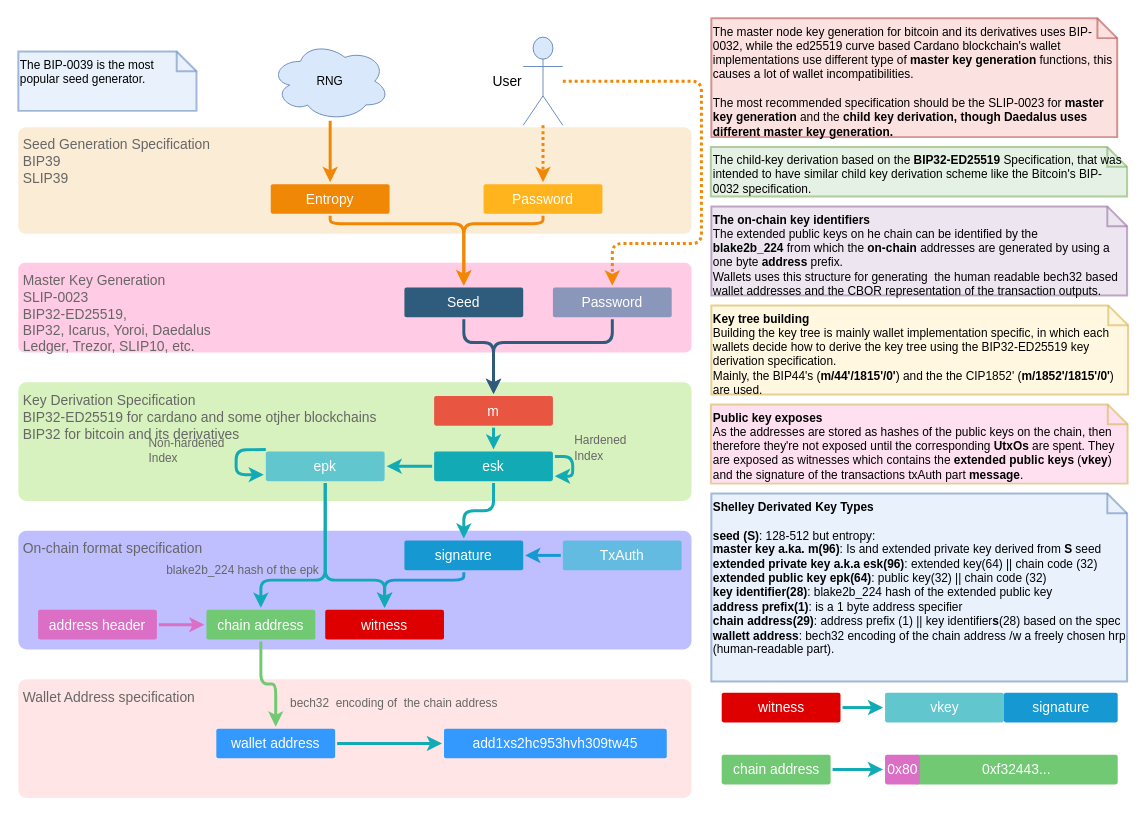
This is diagrams/Wallet_Specification.drawio from ilap/ShelleyStuffs, a draw.io file, before an edit. Source tidied: cells renumbered, new cells numbered last; positions are measured from the earlier drawing's top-left corner, leaving out a move shared by most shapes. Both pictures are drawn from the tidied source at 99%, with x=0, y=0 at pixel (18, 18).
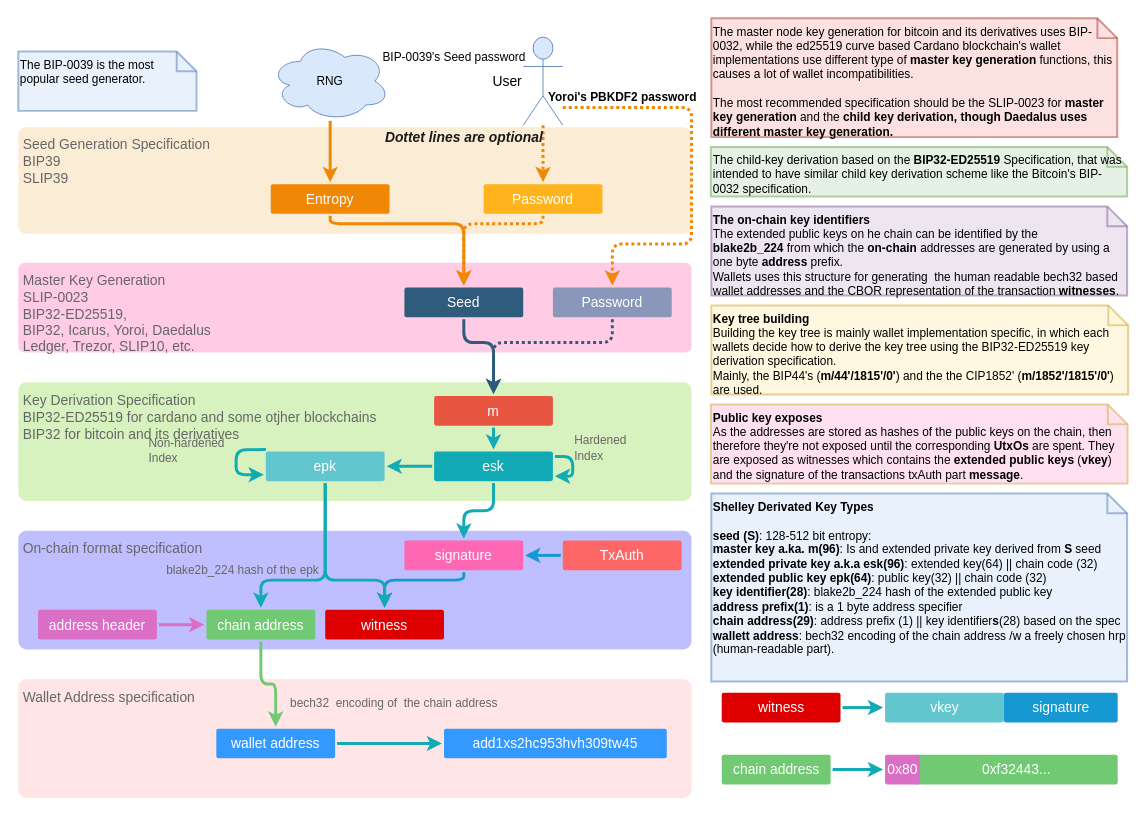
The same diagram, later.

The change refers to these unchanged cells:
```xml
<mxCell id="10" value="Seed" style="rounded=1;whiteSpace=wrap;html=1;shadow=0;labelBackgroundColor=none;strokeColor=none;strokeWidth=3;fillColor=#2F5B7C;fontFamily=Helvetica;fontSize=14;fontColor=#FFFFFF;align=center;fontStyle=0;spacing=5;arcSize=7;perimeterSpacing=2;" parent="1" vertex="1">
  <mxGeometry x="390" y="272" width="120" height="30" as="geometry" />
</mxCell>
<mxCell id="11" value="m" style="rounded=1;whiteSpace=wrap;html=1;shadow=0;labelBackgroundColor=none;strokeColor=none;strokeWidth=3;fillColor=#e85642;fontFamily=Helvetica;fontSize=14;fontColor=#FFFFFF;align=center;spacing=5;fontStyle=0;arcSize=7;perimeterSpacing=2;" parent="1" vertex="1">
  <mxGeometry x="420" y="381.5" width="120" height="30" as="geometry" />
</mxCell>
<mxCell id="18" value="User" style="shape=umlActor;verticalLabelPosition=middle;verticalAlign=middle;html=1;outlineConnect=0;fillColor=#dae8fc;strokeColor=#6c8ebf;labelPosition=left;align=right;fontStyle=0;fontSize=14;" parent="1" vertex="1">
  <mxGeometry x="510" y="19" width="40" height="89" as="geometry" />
</mxCell>
<mxCell id="20" value="Password" style="rounded=1;whiteSpace=wrap;html=1;shadow=0;labelBackgroundColor=none;strokeColor=none;strokeWidth=3;fontFamily=Helvetica;fontSize=14;fontColor=#FFFFFF;align=center;spacing=5;fontStyle=0;arcSize=7;perimeterSpacing=2;fillColor=#FFB31C;" parent="1" vertex="1">
  <mxGeometry x="470" y="167.5" width="120" height="30" as="geometry" />
</mxCell>
<mxCell id="23" value="Password" style="rounded=1;whiteSpace=wrap;html=1;shadow=0;labelBackgroundColor=none;strokeColor=none;strokeWidth=3;fontFamily=Helvetica;fontSize=14;fontColor=#FFFFFF;align=center;fontStyle=0;spacing=5;arcSize=7;perimeterSpacing=2;fillColor=#3D76A1;opacity=60;" parent="1" vertex="1">
  <mxGeometry x="540" y="272" width="120" height="30" as="geometry" />
</mxCell>
```

Change to the diagram source:
```diff
@@
     <mxCell id="7" style="edgeStyle=orthogonalEdgeStyle;rounded=1;jumpStyle=none;html=1;shadow=0;labelBackgroundColor=none;startArrow=none;startFill=0;endArrow=classic;endFill=1;jettySize=auto;strokeColor=#F08705;strokeWidth=3;fontFamily=Helvetica;fontSize=14;fontColor=#FFFFFF;spacing=5;dashed=1;dashPattern=1 1;" parent="1" edge="1" source="18" target="23">
       <mxGeometry relative="1" as="geometry">
         <Array as="points">
-          <mxPoint x="690" y="63.5" />
-          <mxPoint x="690" y="227.5" />
-          <mxPoint x="600" y="227.5" />
+          <mxPoint x="680" y="90" />
+          <mxPoint x="680" y="228" />
+          <mxPoint x="600" y="228" />
         </Array>
       </mxGeometry>
     </mxCell>
@@
-    <mxCell id="12" value="signature" style="rounded=1;whiteSpace=wrap;html=1;shadow=0;labelBackgroundColor=none;strokeColor=none;strokeWidth=3;fillColor=#1699d3;fontFamily=Helvetica;fontSize=14;fontColor=#FFFFFF;align=center;spacing=5;fontStyle=0;arcSize=7;perimeterSpacing=2;" parent="1" vertex="1">
+    <mxCell id="12" value="signature" style="rounded=1;whiteSpace=wrap;html=1;shadow=0;labelBackgroundColor=none;strokeColor=none;strokeWidth=3;fontFamily=Helvetica;fontSize=14;fontColor=#FFFFFF;align=center;spacing=5;fontStyle=0;arcSize=7;perimeterSpacing=2;fillColor=#FF66B3;" parent="1" vertex="1">
       <mxGeometry x="390" y="527.5" width="120" height="30" as="geometry" />
     </mxCell>
-    <mxCell id="13" value="TxAuth" style="rounded=1;whiteSpace=wrap;html=1;shadow=0;labelBackgroundColor=none;strokeColor=none;strokeWidth=3;fillColor=#64bbe2;fontFamily=Helvetica;fontSize=14;fontColor=#FFFFFF;align=center;spacing=5;arcSize=7;perimeterSpacing=2;fontStyle=0;" parent="1" vertex="1">
+    <mxCell id="13" value="TxAuth" style="rounded=1;whiteSpace=wrap;html=1;shadow=0;labelBackgroundColor=none;strokeColor=none;strokeWidth=3;fontFamily=Helvetica;fontSize=14;fontColor=#FFFFFF;align=center;spacing=5;arcSize=7;perimeterSpacing=2;fontStyle=0;fillColor=#FF6666;" parent="1" vertex="1">
       <mxGeometry x="550" y="527.5" width="120" height="30" as="geometry" />
     </mxCell>
@@
-    <mxCell id="19" style="edgeStyle=none;rounded=0;jumpStyle=none;html=1;shadow=0;labelBackgroundColor=none;startArrow=none;startFill=0;endArrow=classic;endFill=1;jettySize=auto;strokeColor=#F08705;strokeWidth=3;fontFamily=Helvetica;fontSize=14;fontColor=#FFFFFF;spacing=5;dashed=1;dashPattern=1 1;" parent="1" edge="1" source="18" target="20">
-      <mxGeometry relative="1" as="geometry" />
+    <mxCell id="19" value="Dottet lines are optional" style="edgeStyle=none;rounded=0;jumpStyle=none;html=1;shadow=0;labelBackgroundColor=none;startArrow=none;startFill=0;endArrow=classic;endFill=1;jettySize=auto;strokeColor=#F08705;strokeWidth=3;fontFamily=Helvetica;fontSize=14;spacing=5;dashed=1;dashPattern=1 1;fontColor=#1A1A1A;fontStyle=3;" parent="1" edge="1" source="18" target="20">
+      <mxGeometry x="-0.58" y="-80" relative="1" as="geometry" />
     </mxCell>
@@
-    <mxCell id="22" style="edgeStyle=orthogonalEdgeStyle;rounded=1;jumpStyle=none;html=1;shadow=0;labelBackgroundColor=none;startArrow=none;startFill=0;endArrow=classic;endFill=1;jettySize=auto;strokeWidth=3;fontFamily=Helvetica;fontSize=16;fontColor=#23445D;spacing=5;entryX=0.5;entryY=0;entryDx=0;entryDy=0;strokeColor=#F08705;" parent="1" edge="1" source="20" target="10">
+    <mxCell id="22" style="edgeStyle=orthogonalEdgeStyle;rounded=1;jumpStyle=none;html=1;shadow=0;labelBackgroundColor=none;startArrow=none;startFill=0;endArrow=classic;endFill=1;jettySize=auto;strokeWidth=3;fontFamily=Helvetica;fontSize=16;fontColor=#23445D;spacing=5;entryX=0.5;entryY=0;entryDx=0;entryDy=0;strokeColor=#F08705;dashed=1;dashPattern=1 1;" parent="1" edge="1" source="20" target="10">
       <mxGeometry relative="1" as="geometry">
         <Array as="points">
           <mxPoint x="530" y="207.5" />
           <mxPoint x="450" y="207.5" />
         </Array>
       </mxGeometry>
     </mxCell>
@@
-    <mxCell id="25" style="edgeStyle=orthogonalEdgeStyle;rounded=1;jumpStyle=none;html=1;shadow=0;labelBackgroundColor=none;startArrow=none;startFill=0;endArrow=classic;endFill=1;jettySize=auto;strokeColor=#2F5B7C;strokeWidth=3;fontFamily=Helvetica;fontSize=16;fontColor=#23445D;spacing=5;exitX=0.5;exitY=1;exitDx=0;exitDy=0;entryX=0.5;entryY=0;entryDx=0;entryDy=0;" parent="1" edge="1" source="23" target="11">
+    <mxCell id="25" style="edgeStyle=orthogonalEdgeStyle;rounded=1;jumpStyle=none;html=1;shadow=0;labelBackgroundColor=none;startArrow=none;startFill=0;endArrow=classic;endFill=1;jettySize=auto;strokeColor=#2F5B7C;strokeWidth=3;fontFamily=Helvetica;fontSize=16;fontColor=#23445D;spacing=5;exitX=0.5;exitY=1;exitDx=0;exitDy=0;entryX=0.5;entryY=0;entryDx=0;entryDy=0;dashed=1;dashPattern=1 1;" parent="1" edge="1" source="23" target="11">
       <mxGeometry relative="1" as="geometry">
         <Array as="points">
           <mxPoint x="600" y="327.5" />
           <mxPoint x="480" y="327.5" />
         </Array>
       </mxGeometry>
     </mxCell>
@@
-    <mxCell id="55" value="&lt;b style=&quot;font-size: 12px&quot;&gt;The on-chain key identifiers&lt;br style=&quot;font-size: 12px&quot;&gt;&lt;/b&gt;The extended public keys on he chain can be identified by the &lt;b style=&quot;font-size: 12px&quot;&gt;blake2b_224&lt;/b&gt;&amp;nbsp;from which the &lt;b style=&quot;font-size: 12px&quot;&gt;on-chain&amp;nbsp;&lt;/b&gt;addresses are generated by using a one byte &lt;b style=&quot;font-size: 12px&quot;&gt;address&amp;nbsp;&lt;/b&gt;prefix.&lt;br style=&quot;font-size: 12px&quot;&gt;Wallets uses this structure for generating&amp;nbsp; the human readable bech32 based wallet addresses and the CBOR representation of the transaction outputs." style="shape=note;strokeWidth=2;fontSize=12;size=20;whiteSpace=wrap;html=1;fillColor=#e1d5e7;strokeColor=#9673a6;labelBackgroundColor=none;opacity=60;align=left;verticalAlign=top;" parent="1" vertex="1">
+    <mxCell id="55" value="&lt;b style=&quot;font-size: 12px&quot;&gt;The on-chain key identifiers&lt;br style=&quot;font-size: 12px&quot;&gt;&lt;/b&gt;The extended public keys on he chain can be identified by the &lt;b style=&quot;font-size: 12px&quot;&gt;blake2b_224&lt;/b&gt;&amp;nbsp;from which the &lt;b style=&quot;font-size: 12px&quot;&gt;on-chain&amp;nbsp;&lt;/b&gt;addresses are generated by using a one byte &lt;b style=&quot;font-size: 12px&quot;&gt;address&amp;nbsp;&lt;/b&gt;prefix.&lt;br style=&quot;font-size: 12px&quot;&gt;Wallets uses this structure for generating&amp;nbsp; the human readable bech32 based wallet addresses and the CBOR representation of the transaction &lt;b&gt;witnesses&lt;/b&gt;." style="shape=note;strokeWidth=2;fontSize=12;size=20;whiteSpace=wrap;html=1;fillColor=#e1d5e7;strokeColor=#9673a6;labelBackgroundColor=none;opacity=60;align=left;verticalAlign=top;" parent="1" vertex="1">
       <mxGeometry x="700" y="190" width="420" height="90" as="geometry" />
     </mxCell>
@@
-    <mxCell id="58" value="&lt;b&gt;Shelley Derivated Key Types&lt;/b&gt;&lt;br&gt;&lt;br&gt;&lt;b&gt;seed (S)&lt;/b&gt;: 128-512 but entropy:&lt;br&gt;&lt;b&gt;master key a.ka. m(96)&lt;/b&gt;: Is and extended private key derived from &lt;b&gt;S &lt;/b&gt;seed&lt;br&gt;&lt;b&gt;extended private key a.k.a esk(96)&lt;/b&gt;: extended key(64) || chain code (32)&lt;br&gt;&lt;b&gt;extended public key epk(64)&lt;/b&gt;: public key(32) || chain code (32)&lt;br&gt;&lt;b&gt;key identifier(28)&lt;/b&gt;: blake2b_224 hash of the extended public key&lt;br&gt;&lt;b&gt;address prefix(1)&lt;/b&gt;: is a 1 byte address specifier&lt;br&gt;&lt;b&gt;chain address(29)&lt;/b&gt;: address prefix (1) || key identifier&lt;b&gt;s&lt;/b&gt;(28) based on the spec&lt;br&gt;&lt;b&gt;wallett address&lt;/b&gt;: bech32 encoding of the chain address /w a freely chosen hrp (human-readable part)." style="shape=note;strokeWidth=2;fontSize=12;size=20;whiteSpace=wrap;html=1;fillColor=#dae8fc;strokeColor=#6c8ebf;labelBackgroundColor=none;opacity=60;align=left;verticalAlign=top;" parent="1" vertex="1">
+    <mxCell id="58" value="&lt;b&gt;Shelley Derivated Key Types&lt;/b&gt;&lt;br&gt;&lt;br&gt;&lt;b&gt;seed (S)&lt;/b&gt;: 128-512 bit entropy:&lt;br&gt;&lt;b&gt;master key a.ka. m(96)&lt;/b&gt;: Is and extended private key derived from &lt;b&gt;S &lt;/b&gt;seed&lt;br&gt;&lt;b&gt;extended private key a.k.a esk(96)&lt;/b&gt;: extended key(64) || chain code (32)&lt;br&gt;&lt;b&gt;extended public key epk(64)&lt;/b&gt;: public key(32) || chain code (32)&lt;br&gt;&lt;b&gt;key identifier(28)&lt;/b&gt;: blake2b_224 hash of the extended public key&lt;br&gt;&lt;b&gt;address prefix(1)&lt;/b&gt;: is a 1 byte address specifier&lt;br&gt;&lt;b&gt;chain address(29)&lt;/b&gt;: address prefix (1) || key identifier&lt;b&gt;s&lt;/b&gt;(28) based on the spec&lt;br&gt;&lt;b&gt;wallett address&lt;/b&gt;: bech32 encoding of the chain address /w a freely chosen hrp (human-readable part)." style="shape=note;strokeWidth=2;fontSize=12;size=20;whiteSpace=wrap;html=1;fillColor=#dae8fc;strokeColor=#6c8ebf;labelBackgroundColor=none;opacity=60;align=left;verticalAlign=top;" parent="1" vertex="1">
       <mxGeometry x="700" y="480" width="420" height="190" as="geometry" />
     </mxCell>
+    <mxCell id="59" value="Yoroi's PBKDF2 password" style="text;html=1;align=center;verticalAlign=middle;fontStyle=1;" parent="1" vertex="1">
+      <mxGeometry x="525" y="70" width="170" height="20" as="geometry" />
+    </mxCell>
+    <mxCell id="60" value="BIP-0039's Seed password" style="text;html=1;align=center;verticalAlign=middle;" parent="1" vertex="1">
+      <mxGeometry x="360" y="30" width="160" height="20" as="geometry" />
+    </mxCell>
```
